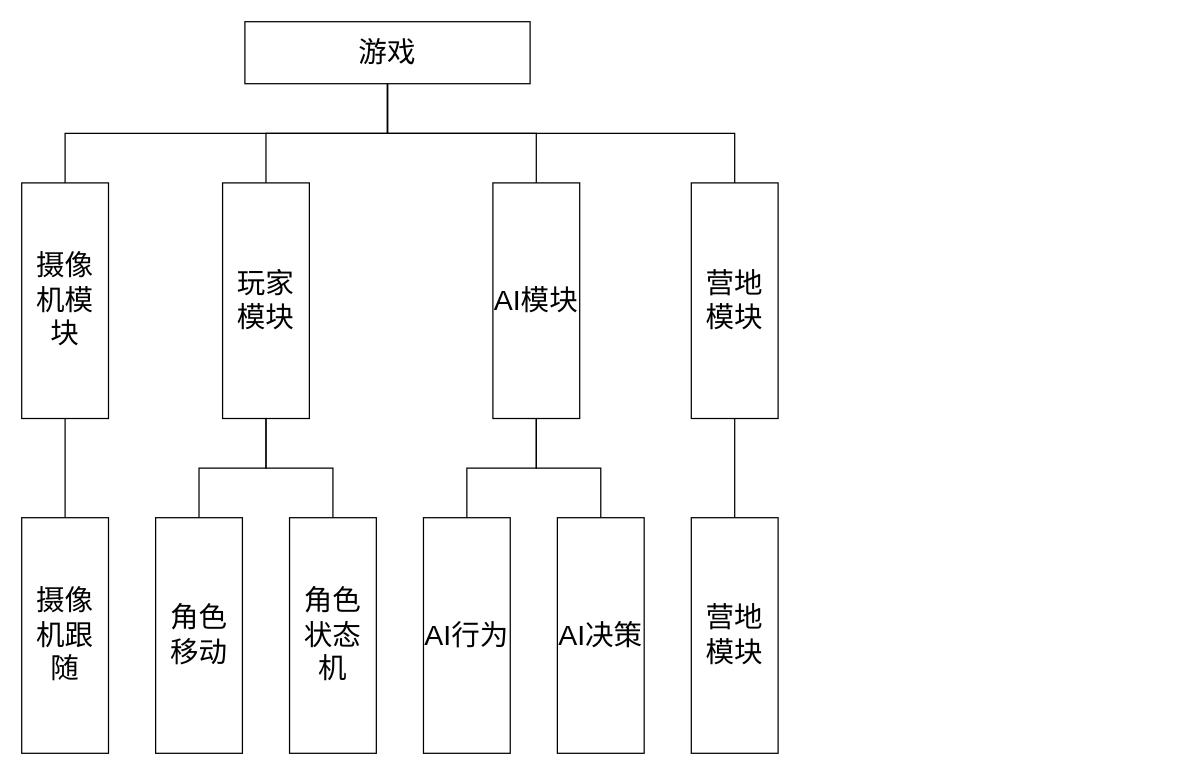
Above: 系统设计.drawio in LiangKuan4451/draw.io (draw.io), before the change. Source tidied: cells renumbered, new cells numbered last; positions are measured from the earlier drawing's top-left corner, leaving out a move shared by most shapes. Both pictures are drawn from the tidied source at 124%, with x=0, y=0 at pixel (21, 21).
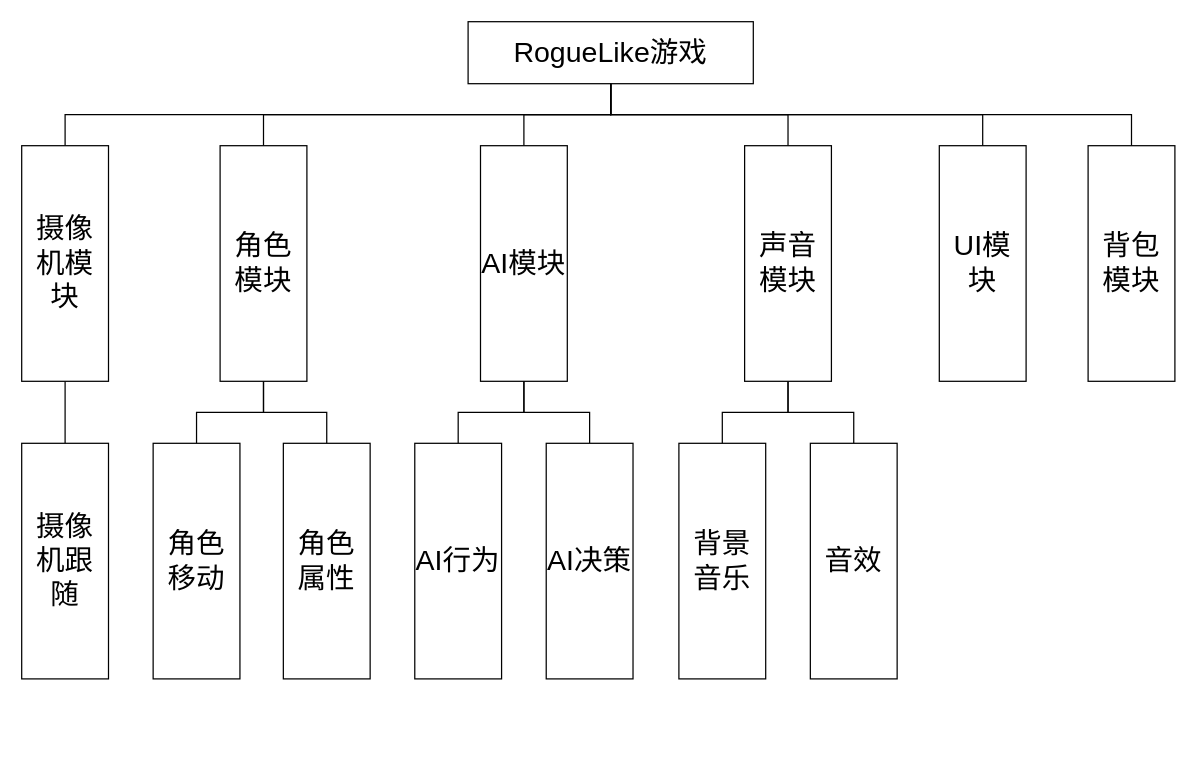
After the change.

Commit message:
更新系统设计.drawio

What changed in the source:
```diff
@@
-    <mxCell id="2" style="edgeStyle=elbowEdgeStyle;rounded=0;jettySize=auto;html=1;elbow=vertical;fontSize=23;endArrow=none;endFill=0;startArrow=none;startFill=0;" parent="1" edge="1" source="3" target="5">
-      <mxGeometry relative="1" as="geometry" />
-    </mxCell>
-    <mxCell id="3" value="游戏" style="rounded=0;whiteSpace=wrap;html=1;fontSize=23;flipH=1;" parent="1" vertex="1">
-      <mxGeometry x="180" width="230" height="50" as="geometry" />
-    </mxCell>
+    <mxCell id="23" style="edgeStyle=elbowEdgeStyle;rounded=0;jettySize=auto;html=1;elbow=vertical;fontSize=23;endArrow=none;endFill=0;startArrow=none;startFill=0;" parent="1" edge="1" source="26" target="5">
+      <mxGeometry relative="1" as="geometry" />
+    </mxCell>
+    <mxCell id="24" style="edgeStyle=elbowEdgeStyle;rounded=0;jettySize=auto;html=1;exitX=0.5;exitY=1;exitDx=0;exitDy=0;elbow=vertical;endArrow=none;endFill=0;" parent="1" edge="1" source="26" target="37">
+      <mxGeometry relative="1" as="geometry" />
+    </mxCell>
+    <mxCell id="25" style="edgeStyle=elbowEdgeStyle;rounded=0;jettySize=auto;html=1;elbow=vertical;endArrow=none;endFill=0;" parent="1" edge="1" source="26" target="40">
+      <mxGeometry relative="1" as="geometry" />
+    </mxCell>
+    <mxCell id="26" value="RogueLike游戏" style="rounded=0;whiteSpace=wrap;html=1;fontSize=23;flipH=1;" parent="1" vertex="1">
+      <mxGeometry x="360" width="230" height="50" as="geometry" />
+    </mxCell>
@@
-    <mxCell id="5" value="摄像机模块" style="whiteSpace=wrap;html=1;rounded=0;horizontal=1;fontSize=23;flipH=1;" parent="1" vertex="1">
-      <mxGeometry y="130" width="70" height="190" as="geometry" />
+    <mxCell id="5" value="摄像机模块" style="whiteSpace=wrap;html=1;rounded=0;horizontal=1;fontSize=23;flipH=1;flipV=1;" parent="1" vertex="1">
+      <mxGeometry y="100" width="70" height="190" as="geometry" />
     </mxCell>
-    <mxCell id="6" style="edgeStyle=elbowEdgeStyle;rounded=0;jettySize=auto;html=1;fontSize=23;endArrow=none;endFill=0;startArrow=none;startFill=0;elbow=vertical;" parent="1" edge="1" source="9" target="3">
-      <mxGeometry relative="1" as="geometry" />
-    </mxCell>
-    <mxCell id="7" style="edgeStyle=elbowEdgeStyle;rounded=0;jettySize=auto;html=1;endArrow=none;endFill=0;startArrow=none;startFill=0;elbow=vertical;" parent="1" edge="1" source="9" target="17">
-      <mxGeometry relative="1" as="geometry" />
-    </mxCell>
-    <mxCell id="8" style="edgeStyle=orthogonalEdgeStyle;rounded=0;jettySize=auto;html=1;startArrow=none;startFill=0;endArrow=none;endFill=0;" parent="1" edge="1" source="9" target="19">
-      <mxGeometry relative="1" as="geometry" />
-    </mxCell>
-    <mxCell id="9" value="玩家模块" style="whiteSpace=wrap;html=1;rounded=0;fontSize=23;verticalAlign=middle;horizontal=1;labelPosition=center;verticalLabelPosition=middle;align=center;flipH=1;" parent="1" vertex="1">
-      <mxGeometry x="162" y="130" width="70" height="190" as="geometry" />
-    </mxCell>
-    <mxCell id="10" style="edgeStyle=elbowEdgeStyle;rounded=0;jettySize=auto;html=1;exitX=0.5;exitY=0;exitDx=0;exitDy=0;fontSize=23;endArrow=none;endFill=0;startArrow=none;startFill=0;elbow=vertical;" parent="1" edge="1" source="12" target="3">
-      <mxGeometry relative="1" as="geometry" />
-    </mxCell>
+    <mxCell id="27" style="edgeStyle=elbowEdgeStyle;rounded=0;jettySize=auto;html=1;fontSize=23;endArrow=none;endFill=0;startArrow=none;startFill=0;elbow=vertical;" parent="1" edge="1" source="30" target="26">
+      <mxGeometry relative="1" as="geometry" />
+    </mxCell>
+    <mxCell id="28" style="edgeStyle=elbowEdgeStyle;rounded=0;jettySize=auto;html=1;endArrow=none;endFill=0;startArrow=none;startFill=0;elbow=vertical;" parent="1" edge="1" source="30" target="17">
+      <mxGeometry relative="1" as="geometry" />
+    </mxCell>
+    <mxCell id="29" style="edgeStyle=elbowEdgeStyle;rounded=0;jettySize=auto;html=1;startArrow=none;startFill=0;endArrow=none;endFill=0;elbow=vertical;" parent="1" edge="1" source="30" target="34">
+      <mxGeometry relative="1" as="geometry" />
+    </mxCell>
+    <mxCell id="30" value="角色模块" style="whiteSpace=wrap;html=1;rounded=0;fontSize=23;verticalAlign=middle;horizontal=1;labelPosition=center;verticalLabelPosition=middle;align=center;flipH=1;flipV=1;" parent="1" vertex="1">
+      <mxGeometry x="160" y="100" width="70" height="190" as="geometry" />
+    </mxCell>
+    <mxCell id="31" style="edgeStyle=elbowEdgeStyle;rounded=0;jettySize=auto;html=1;exitX=0.5;exitY=0;exitDx=0;exitDy=0;fontSize=23;endArrow=none;endFill=0;startArrow=none;startFill=0;elbow=vertical;" parent="1" edge="1" source="12" target="26">
+      <mxGeometry relative="1" as="geometry" />
+    </mxCell>
-    <mxCell id="11" style="edgeStyle=orthogonalEdgeStyle;rounded=0;jettySize=auto;html=1;startArrow=none;startFill=0;endArrow=none;endFill=0;" parent="1" edge="1" source="12" target="22">
+    <mxCell id="11" style="edgeStyle=elbowEdgeStyle;rounded=0;jettySize=auto;html=1;startArrow=none;startFill=0;endArrow=none;endFill=0;elbow=vertical;" parent="1" edge="1" source="12" target="22">
       <mxGeometry relative="1" as="geometry" />
     </mxCell>
-    <mxCell id="12" value="AI模块" style="whiteSpace=wrap;html=1;rounded=0;fontSize=23;flipH=1;" parent="1" vertex="1">
-      <mxGeometry x="380" y="130" width="70" height="190" as="geometry" />
+    <mxCell id="12" value="AI模块" style="whiteSpace=wrap;html=1;rounded=0;fontSize=23;flipH=0;flipV=1;" parent="1" vertex="1">
+      <mxGeometry x="370" y="100" width="70" height="190" as="geometry" />
     </mxCell>
-    <mxCell id="13" style="edgeStyle=elbowEdgeStyle;rounded=0;jettySize=auto;html=1;exitX=0.5;exitY=0;exitDx=0;exitDy=0;fontSize=23;endArrow=none;endFill=0;startArrow=none;startFill=0;elbow=vertical;" parent="1" edge="1" source="15" target="3">
-      <mxGeometry relative="1" as="geometry" />
-    </mxCell>
-    <mxCell id="14" style="edgeStyle=elbowEdgeStyle;rounded=0;jettySize=auto;html=1;endArrow=none;endFill=0;startArrow=none;startFill=0;elbow=vertical;" parent="1" edge="1" source="15" target="18">
-      <mxGeometry relative="1" as="geometry" />
-    </mxCell>
-    <mxCell id="15" value="营地模块" style="whiteSpace=wrap;html=1;rounded=0;fontSize=23;flipH=1;" parent="1" vertex="1">
-      <mxGeometry x="540" y="130" width="70" height="190" as="geometry" />
-    </mxCell>
+    <mxCell id="32" style="edgeStyle=elbowEdgeStyle;rounded=0;jettySize=auto;html=1;exitX=0.5;exitY=0;exitDx=0;exitDy=0;fontSize=23;endArrow=none;endFill=0;startArrow=none;startFill=0;elbow=vertical;" parent="1" edge="1" source="33" target="26">
+      <mxGeometry relative="1" as="geometry" />
+    </mxCell>
+    <mxCell id="33" value="UI模块" style="whiteSpace=wrap;html=1;rounded=0;fontSize=23;flipH=0;flipV=1;" parent="1" vertex="1">
+      <mxGeometry x="740" y="100" width="70" height="190" as="geometry" />
+    </mxCell>
     <mxCell id="16" value="摄像机跟随" style="whiteSpace=wrap;html=1;rounded=0;horizontal=1;fontSize=23;flipH=1;flipV=0;" parent="1" vertex="1">
-      <mxGeometry y="400" width="70" height="190" as="geometry" />
+      <mxGeometry y="340" width="70" height="190" as="geometry" />
     </mxCell>
     <mxCell id="17" value="角色移动" style="whiteSpace=wrap;html=1;rounded=0;fontSize=23;verticalAlign=middle;horizontal=1;labelPosition=center;verticalLabelPosition=middle;align=center;flipH=1;flipV=0;" parent="1" vertex="1">
-      <mxGeometry x="108" y="400" width="70" height="190" as="geometry" />
+      <mxGeometry x="106" y="340" width="70" height="190" as="geometry" />
     </mxCell>
-    <mxCell id="18" value="营地模块" style="whiteSpace=wrap;html=1;rounded=0;fontSize=23;flipH=1;flipV=0;" parent="1" vertex="1">
-      <mxGeometry x="540" y="400" width="70" height="190" as="geometry" />
-    </mxCell>
-    <mxCell id="19" value="角色状态机" style="whiteSpace=wrap;html=1;rounded=0;fontSize=23;verticalAlign=middle;horizontal=1;labelPosition=center;verticalLabelPosition=middle;align=center;flipH=1;flipV=0;" parent="1" vertex="1">
-      <mxGeometry x="216" y="400" width="70" height="190" as="geometry" />
-    </mxCell>
+    <mxCell id="34" value="角色属性" style="whiteSpace=wrap;html=1;rounded=0;fontSize=23;verticalAlign=middle;horizontal=1;labelPosition=center;verticalLabelPosition=middle;align=center;flipH=1;flipV=0;" parent="1" vertex="1">
+      <mxGeometry x="211" y="340" width="70" height="190" as="geometry" />
+    </mxCell>
-    <mxCell id="20" style="edgeStyle=orthogonalEdgeStyle;rounded=0;jettySize=auto;html=1;exitX=0.5;exitY=0;exitDx=0;exitDy=0;startArrow=none;startFill=0;endArrow=none;endFill=0;" parent="1" edge="1" source="21" target="12">
+    <mxCell id="20" style="edgeStyle=elbowEdgeStyle;rounded=0;jettySize=auto;html=1;exitX=0.5;exitY=0;exitDx=0;exitDy=0;startArrow=none;startFill=0;endArrow=none;endFill=0;elbow=vertical;" parent="1" edge="1" source="21" target="12">
       <mxGeometry relative="1" as="geometry" />
     </mxCell>
-    <mxCell id="21" value="AI决策" style="whiteSpace=wrap;html=1;rounded=0;fontSize=23;flipH=1;flipV=0;" parent="1" vertex="1">
-      <mxGeometry x="432" y="400" width="70" height="190" as="geometry" />
+    <mxCell id="21" value="AI决策" style="whiteSpace=wrap;html=1;rounded=0;fontSize=23;flipH=0;flipV=0;" parent="1" vertex="1">
+      <mxGeometry x="423" y="340" width="70" height="190" as="geometry" />
     </mxCell>
-    <mxCell id="22" value="AI行为" style="whiteSpace=wrap;html=1;rounded=0;fontSize=23;flipH=1;flipV=0;" parent="1" vertex="1">
-      <mxGeometry x="324" y="400" width="70" height="190" as="geometry" />
+    <mxCell id="22" value="AI行为" style="whiteSpace=wrap;html=1;rounded=0;fontSize=23;flipH=0;flipV=0;" parent="1" vertex="1">
+      <mxGeometry x="317" y="340" width="70" height="190" as="geometry" />
     </mxCell>
+    <mxCell id="35" style="edgeStyle=elbowEdgeStyle;rounded=0;jettySize=auto;html=1;elbow=vertical;endArrow=none;endFill=0;" parent="1" edge="1" source="37" target="38">
+      <mxGeometry relative="1" as="geometry" />
+    </mxCell>
+    <mxCell id="36" style="edgeStyle=elbowEdgeStyle;rounded=0;jettySize=auto;html=1;elbow=vertical;endArrow=none;endFill=0;" parent="1" edge="1" source="37" target="39">
+      <mxGeometry relative="1" as="geometry" />
+    </mxCell>
+    <mxCell id="37" value="声音模块" style="whiteSpace=wrap;html=1;rounded=0;fontSize=23;flipH=1;flipV=1;" parent="1" vertex="1">
+      <mxGeometry x="583" y="100" width="70" height="190" as="geometry" />
+    </mxCell>
+    <mxCell id="38" value="背景音乐" style="whiteSpace=wrap;html=1;rounded=0;fontSize=23;flipH=1;" parent="1" vertex="1">
+      <mxGeometry x="530" y="340" width="70" height="190" as="geometry" />
+    </mxCell>
+    <mxCell id="39" value="音效" style="whiteSpace=wrap;html=1;rounded=0;fontSize=23;flipH=1;" parent="1" vertex="1">
+      <mxGeometry x="636" y="340" width="70" height="190" as="geometry" />
+    </mxCell>
+    <mxCell id="40" value="背包模块" style="whiteSpace=wrap;html=1;rounded=0;fontSize=23;flipH=1;flipV=1;" parent="1" vertex="1">
+      <mxGeometry x="860" y="100" width="70" height="190" as="geometry" />
+    </mxCell>
```
